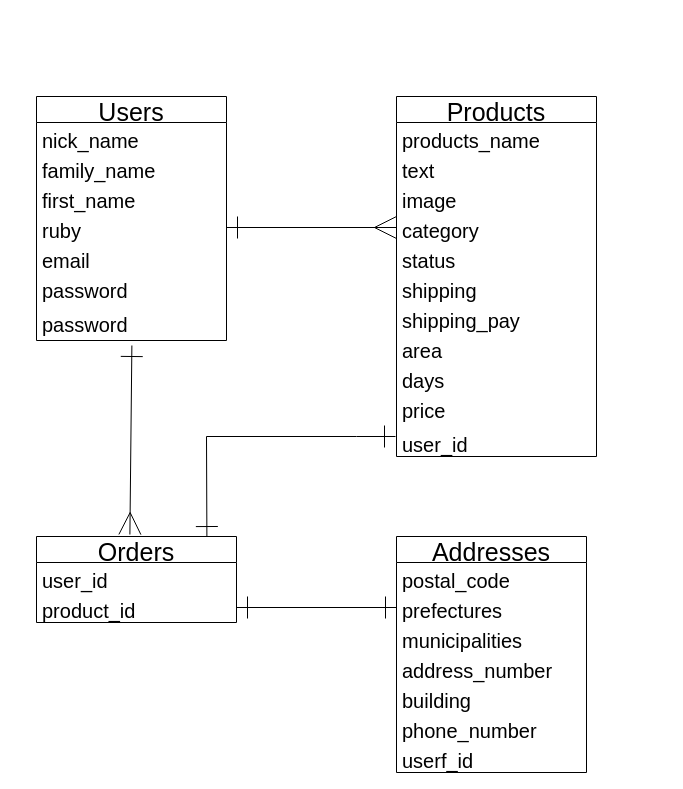
The draw.io diagram figure.dio in shige1128/furima-30933, before the edit. Source tidied: cells renumbered, new cells numbered last; positions are measured from the earlier drawing's top-left corner, leaving out a move shared by most shapes. Both pictures are drawn from the tidied source at 100%, with x=0, y=0 at pixel (36, 96).
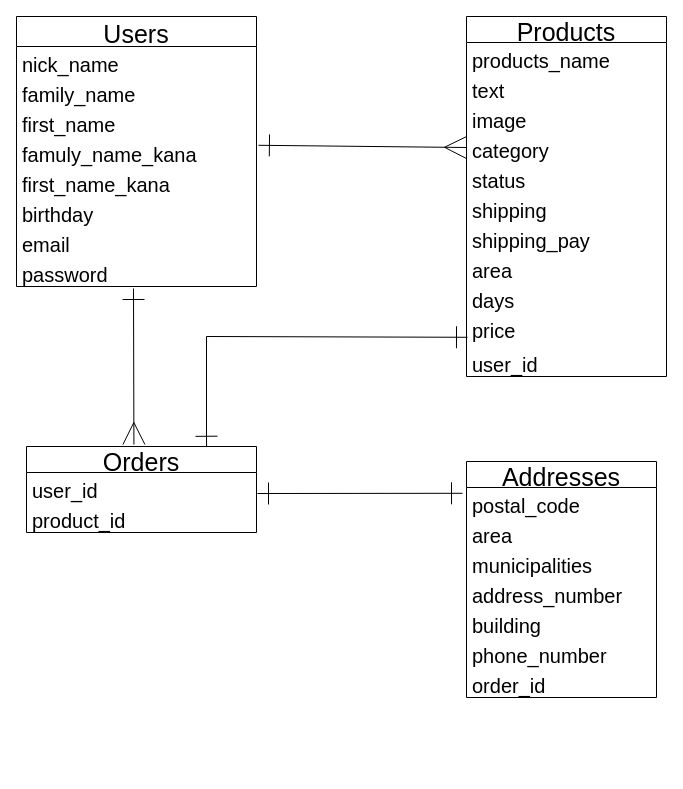
The same page after the edit.

Unchanged cells that the change refers to:
```xml
<mxCell id="15" value="category" style="text;strokeColor=none;fillColor=none;spacingLeft=4;spacingRight=4;overflow=hidden;points=[[0,0.5],[1,0.5]];portConstraint=eastwest;fontSize=20;" parent="11" vertex="1">
  <mxGeometry y="116" width="200" height="30" as="geometry" />
</mxCell>
<mxCell id="21" value="price" style="text;strokeColor=none;fillColor=none;spacingLeft=4;spacingRight=4;overflow=hidden;points=[[0,0.5],[1,0.5]];portConstraint=eastwest;fontSize=20;" parent="11" vertex="1">
  <mxGeometry y="296" width="200" height="34" as="geometry" />
</mxCell>
<mxCell id="24" value="postal_code" style="text;strokeColor=none;fillColor=none;spacingLeft=4;spacingRight=4;overflow=hidden;points=[[0,0.5],[1,0.5]];portConstraint=eastwest;fontSize=20;" parent="23" vertex="1">
  <mxGeometry y="26" width="190" height="30" as="geometry" />
</mxCell>
```

What changed in the source:
```diff
@@
-    <mxCell id="2" value="Users" style="swimlane;fontStyle=0;horizontal=1;startSize=26;align=center;fontSize=25;" parent="1" vertex="1">
-      <mxGeometry width="190" height="244" as="geometry" />
+    <mxCell id="2" value="Users" style="swimlane;fontStyle=0;horizontal=1;startSize=30;align=center;fontSize=25;" parent="1" vertex="1">
+      <mxGeometry x="-20" y="-80" width="240" height="270" as="geometry" />
     </mxCell>
     <mxCell id="3" value="nick_name" style="text;strokeColor=none;fillColor=none;spacingLeft=4;spacingRight=4;overflow=hidden;fontSize=20;" parent="2" vertex="1">
-      <mxGeometry y="26" width="190" height="30" as="geometry" />
+      <mxGeometry y="30" width="240" height="30" as="geometry" />
     </mxCell>
     <mxCell id="4" value="family_name" style="text;strokeColor=none;fillColor=none;spacingLeft=4;spacingRight=4;overflow=hidden;fontSize=20;" parent="2" vertex="1">
-      <mxGeometry y="56" width="190" height="30" as="geometry" />
+      <mxGeometry y="60" width="240" height="30" as="geometry" />
     </mxCell>
     <mxCell id="5" value="first_name" style="text;strokeColor=none;fillColor=none;spacingLeft=4;spacingRight=4;overflow=hidden;fontSize=20;" parent="2" vertex="1">
-      <mxGeometry y="86" width="190" height="30" as="geometry" />
+      <mxGeometry y="90" width="240" height="30" as="geometry" />
     </mxCell>
-    <mxCell id="6" value="ruby&#10;" style="text;strokeColor=none;fillColor=none;spacingLeft=4;spacingRight=4;overflow=hidden;points=[[0,0.5],[1,0.5]];portConstraint=eastwest;fontSize=20;" parent="2" vertex="1">
-      <mxGeometry y="116" width="190" height="30" as="geometry" />
+    <mxCell id="6" value="famuly_name_kana" style="text;strokeColor=none;fillColor=none;spacingLeft=4;spacingRight=4;overflow=hidden;points=[[0,0.5],[1,0.5]];portConstraint=eastwest;fontSize=20;" parent="2" vertex="1">
+      <mxGeometry y="120" width="240" height="30" as="geometry" />
     </mxCell>
-    <mxCell id="7" value="email" style="text;strokeColor=none;fillColor=none;spacingLeft=4;spacingRight=4;overflow=hidden;fontSize=20;" parent="2" vertex="1">
-      <mxGeometry y="146" width="190" height="30" as="geometry" />
-    </mxCell>
-    <mxCell id="8" value="password" style="text;strokeColor=none;fillColor=none;spacingLeft=4;spacingRight=4;overflow=hidden;fontSize=20;" parent="2" vertex="1">
-      <mxGeometry y="176" width="190" height="34" as="geometry" />
+    <mxCell id="8" value="first_name_kana" style="text;strokeColor=none;fillColor=none;spacingLeft=4;spacingRight=4;overflow=hidden;fontSize=20;" parent="2" vertex="1">
+      <mxGeometry y="150" width="240" height="30" as="geometry" />
     </mxCell>
-    <mxCell id="9" value="password" style="text;strokeColor=none;fillColor=none;spacingLeft=4;spacingRight=4;overflow=hidden;points=[[0,0.5],[1,0.5]];portConstraint=eastwest;fontSize=20;" parent="2" vertex="1">
-      <mxGeometry y="210" width="190" height="34" as="geometry" />
+    <mxCell id="9" value="birthday" style="text;strokeColor=none;fillColor=none;spacingLeft=4;spacingRight=4;overflow=hidden;points=[[0,0.5],[1,0.5]];portConstraint=eastwest;fontSize=20;" parent="2" vertex="1">
+      <mxGeometry y="180" width="240" height="30" as="geometry" />
     </mxCell>
+    <mxCell id="7" value="email" style="text;strokeColor=none;fillColor=none;spacingLeft=4;spacingRight=4;overflow=hidden;fontSize=20;" parent="2" vertex="1">
+      <mxGeometry y="210" width="240" height="30" as="geometry" />
+    </mxCell>
+    <mxCell id="37" value="password" style="text;strokeColor=none;fillColor=none;spacingLeft=4;spacingRight=4;overflow=hidden;fontSize=20;" parent="2" vertex="1">
+      <mxGeometry y="240" width="240" height="30" as="geometry" />
+    </mxCell>
-    <mxCell id="10" style="edgeStyle=none;rounded=0;jettySize=auto;html=1;entryX=0.852;entryY=0.012;entryDx=0;entryDy=0;startArrow=ERone;startFill=0;startSize=20;sourcePerimeterSpacing=0;endArrow=ERone;endFill=0;endSize=20;targetPerimeterSpacing=6;strokeWidth=1;fontSize=25;entryPerimeter=0;" parent="1" edge="1" target="32">
+    <mxCell id="10" style="edgeStyle=none;rounded=0;jettySize=auto;html=1;entryX=0.783;entryY=0.009;entryDx=0;entryDy=0;startArrow=ERone;startFill=0;startSize=20;sourcePerimeterSpacing=0;endArrow=ERone;endFill=0;endSize=20;targetPerimeterSpacing=6;strokeWidth=1;fontSize=25;entryPerimeter=0;exitX=0.005;exitY=0.729;exitDx=0;exitDy=0;exitPerimeter=0;" parent="1" edge="1" source="21" target="32">
       <mxGeometry relative="1" as="geometry">
-        <mxPoint x="359" y="340" as="sourcePoint" />
         <Array as="points">
-          <mxPoint x="320" y="340" />
+          <mxPoint x="170" y="240" />
           <mxPoint x="170" y="340" />
         </Array>
       </mxGeometry>
     </mxCell>
     <mxCell id="11" value="Products" style="swimlane;fontStyle=0;horizontal=1;startSize=26;align=center;fontSize=25;" parent="1" vertex="1">
-      <mxGeometry x="360" width="200" height="360" as="geometry" />
+      <mxGeometry x="430" y="-80" width="200" height="360" as="geometry" />
     </mxCell>
@@
     <mxCell id="23" value="Addresses" style="swimlane;fontStyle=0;horizontal=1;startSize=26;align=center;fontSize=25;" parent="1" vertex="1">
-      <mxGeometry x="360" y="440" width="190" height="236" as="geometry" />
+      <mxGeometry x="430" y="365" width="190" height="236" as="geometry" />
     </mxCell>
@@
-    <mxCell id="25" value="prefectures" style="text;strokeColor=none;fillColor=none;spacingLeft=4;spacingRight=4;overflow=hidden;fontSize=20;" parent="23" vertex="1">
+    <mxCell id="25" value="area" style="text;strokeColor=none;fillColor=none;spacingLeft=4;spacingRight=4;overflow=hidden;fontSize=20;" parent="23" vertex="1">
       <mxGeometry y="56" width="190" height="30" as="geometry" />
     </mxCell>
@@
-    <mxCell id="30" value="userf_id" style="text;strokeColor=none;fillColor=none;spacingLeft=4;spacingRight=4;overflow=hidden;fontSize=20;" parent="23" vertex="1">
+    <mxCell id="30" value="order_id" style="text;strokeColor=none;fillColor=none;spacingLeft=4;spacingRight=4;overflow=hidden;fontSize=20;" parent="23" vertex="1">
       <mxGeometry y="206" width="190" height="30" as="geometry" />
     </mxCell>
-    <mxCell id="31" style="edgeStyle=none;rounded=0;jettySize=auto;html=1;exitX=1;exitY=0.5;exitDx=0;exitDy=0;entryX=0;entryY=0.5;entryDx=0;entryDy=0;endArrow=ERmany;endFill=0;fontSize=25;endSize=20;startArrow=ERone;startFill=0;targetPerimeterSpacing=0;sourcePerimeterSpacing=0;startSize=20;" parent="1" edge="1" source="6" target="15">
+    <mxCell id="31" style="edgeStyle=none;rounded=0;jettySize=auto;html=1;endArrow=ERmany;endFill=0;fontSize=25;endSize=20;startArrow=ERone;startFill=0;targetPerimeterSpacing=0;sourcePerimeterSpacing=0;startSize=20;entryX=0;entryY=0.5;entryDx=0;entryDy=0;exitX=1.008;exitY=0.293;exitDx=0;exitDy=0;exitPerimeter=0;" parent="1" edge="1" source="6" target="15">
       <mxGeometry relative="1" as="geometry" />
     </mxCell>
     <mxCell id="32" value="Orders" style="swimlane;fontStyle=0;horizontal=1;startSize=26;align=center;fontSize=25;" parent="1" vertex="1">
-      <mxGeometry y="440" width="200" height="86" as="geometry" />
+      <mxGeometry x="-10" y="350" width="230" height="86" as="geometry" />
     </mxCell>
     <mxCell id="33" value="user_id" style="text;strokeColor=none;fillColor=none;spacingLeft=4;spacingRight=4;overflow=hidden;fontSize=20;" parent="32" vertex="1">
-      <mxGeometry y="26" width="200" height="30" as="geometry" />
+      <mxGeometry y="26" width="230" height="30" as="geometry" />
     </mxCell>
     <mxCell id="34" value="product_id" style="text;strokeColor=none;fillColor=none;spacingLeft=4;spacingRight=4;overflow=hidden;points=[[0,0.5],[1,0.5]];portConstraint=eastwest;fontSize=20;" parent="32" vertex="1">
-      <mxGeometry y="56" width="200" height="30" as="geometry" />
+      <mxGeometry y="56" width="230" height="30" as="geometry" />
     </mxCell>
-    <mxCell id="35" style="edgeStyle=none;rounded=0;jettySize=auto;html=1;entryX=1;entryY=0.5;entryDx=0;entryDy=0;startArrow=ERone;startFill=0;startSize=20;sourcePerimeterSpacing=0;endArrow=ERone;endFill=0;endSize=20;targetPerimeterSpacing=6;strokeWidth=1;fontSize=25;" parent="1" edge="1" target="34">
+    <mxCell id="35" style="edgeStyle=none;rounded=0;jettySize=auto;html=1;startArrow=ERone;startFill=0;startSize=20;sourcePerimeterSpacing=0;endArrow=ERone;endFill=0;endSize=20;targetPerimeterSpacing=6;strokeWidth=1;fontSize=25;exitX=-0.021;exitY=0.193;exitDx=0;exitDy=0;exitPerimeter=0;" parent="1" edge="1" source="24">
       <mxGeometry relative="1" as="geometry">
-        <mxPoint x="360" y="511" as="sourcePoint" />
+        <mxPoint x="221" y="397" as="targetPoint" />
       </mxGeometry>
     </mxCell>
-    <mxCell id="36" style="edgeStyle=none;rounded=0;jettySize=auto;html=1;exitX=0.502;exitY=1.147;exitDx=0;exitDy=0;entryX=0.467;entryY=-0.023;entryDx=0;entryDy=0;startArrow=ERone;startFill=0;startSize=20;sourcePerimeterSpacing=0;endArrow=ERmany;endFill=0;endSize=20;targetPerimeterSpacing=6;strokeWidth=1;fontSize=25;exitPerimeter=0;entryPerimeter=0;" parent="1" edge="1" source="9" target="32">
-      <mxGeometry relative="1" as="geometry" />
+    <mxCell id="36" style="edgeStyle=none;rounded=0;jettySize=auto;html=1;entryX=0.467;entryY=-0.023;entryDx=0;entryDy=0;startArrow=ERone;startFill=0;startSize=20;sourcePerimeterSpacing=0;endArrow=ERmany;endFill=0;endSize=20;targetPerimeterSpacing=6;strokeWidth=1;fontSize=25;entryPerimeter=0;" parent="1" edge="1" target="32">
+      <mxGeometry relative="1" as="geometry">
+        <mxPoint x="97" y="192" as="sourcePoint" />
+      </mxGeometry>
     </mxCell>
```
